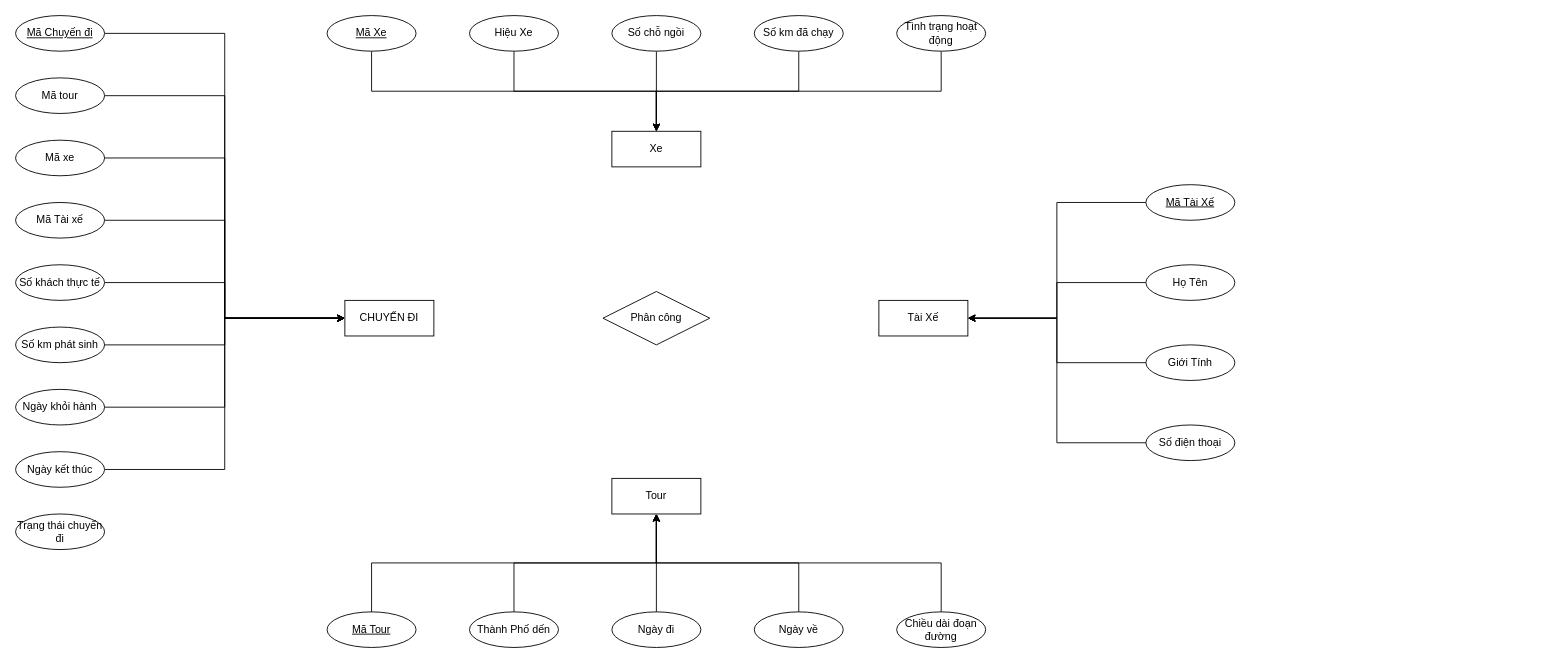
This is DB_HW5_2.drawio from reality8080/DB_Chapter5_HW2, a draw.io file, before an edit. Source tidied: cells renumbered, new cells numbered last; positions are measured from the earlier drawing's top-left corner, leaving out a move shared by most shapes. Both pictures are drawn from the tidied source at 89%, with x=0, y=0 at pixel (15, 15).
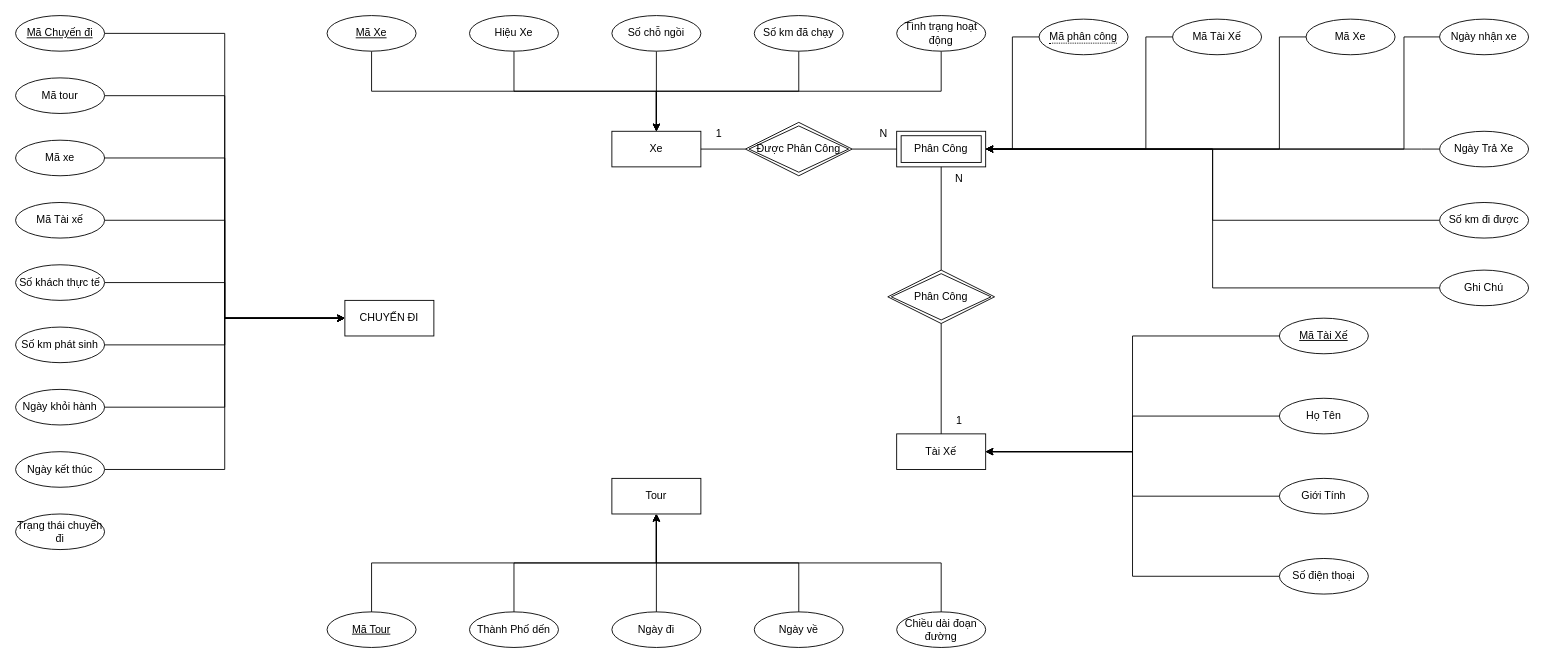
After the change.

Unchanged cells that the change refers to:
```xml
<mxCell id="2" value="Xe" style="whiteSpace=wrap;html=1;align=center;" parent="1" vertex="1">
  <mxGeometry x="670" y="130" width="100" height="40" as="geometry" />
</mxCell>
```

Change to the diagram source:
```diff
@@
     <mxCell id="3" value="Tài Xế" style="whiteSpace=wrap;html=1;align=center;" parent="1" vertex="1">
-      <mxGeometry x="970" y="320" width="100" height="40" as="geometry" />
+      <mxGeometry x="990" y="470" width="100" height="40" as="geometry" />
     </mxCell>
@@
-    <mxCell id="6" value="Phân công" style="shape=rhombus;perimeter=rhombusPerimeter;whiteSpace=wrap;html=1;align=center;" parent="1" vertex="1">
-      <mxGeometry x="660" y="310" width="120" height="60" as="geometry" />
-    </mxCell>
@@
     <mxCell id="18" value="Họ Tên" style="ellipse;whiteSpace=wrap;html=1;align=center;" parent="1" vertex="1">
-      <mxGeometry x="1270" y="280" width="100" height="40" as="geometry" />
+      <mxGeometry x="1420" y="430" width="100" height="40" as="geometry" />
     </mxCell>
@@
     <mxCell id="20" value="Mã Tài Xế" style="ellipse;whiteSpace=wrap;html=1;align=center;fontStyle=4;" parent="1" vertex="1">
-      <mxGeometry x="1270" y="190" width="100" height="40" as="geometry" />
+      <mxGeometry x="1420" y="340" width="100" height="40" as="geometry" />
     </mxCell>
@@
     <mxCell id="22" value="Giới Tính" style="ellipse;whiteSpace=wrap;html=1;align=center;" parent="1" vertex="1">
-      <mxGeometry x="1270" y="370" width="100" height="40" as="geometry" />
+      <mxGeometry x="1420" y="520" width="100" height="40" as="geometry" />
     </mxCell>
@@
     <mxCell id="24" value="Số điện thoại" style="ellipse;whiteSpace=wrap;html=1;align=center;" parent="1" vertex="1">
-      <mxGeometry x="1270" y="460" width="100" height="40" as="geometry" />
+      <mxGeometry x="1420" y="610" width="100" height="40" as="geometry" />
     </mxCell>
@@
+    <mxCell id="52" value="Phân Công" style="shape=ext;margin=3;double=1;whiteSpace=wrap;html=1;align=center;" parent="1" vertex="1">
+      <mxGeometry x="990" y="130" width="100" height="40" as="geometry" />
+    </mxCell>
+    <mxCell id="53" style="edgeStyle=orthogonalEdgeStyle;rounded=0;jettySize=auto;html=1;exitX=0;exitY=0.5;exitDx=0;exitDy=0;entryX=1;entryY=0.5;entryDx=0;entryDy=0;" parent="1" edge="1" source="54" target="52">
+      <mxGeometry relative="1" as="geometry" />
+    </mxCell>
+    <mxCell id="54" value="&lt;span style=&quot;border-bottom: 1px dotted&quot;&gt;Mã phân công&lt;/span&gt;" style="ellipse;whiteSpace=wrap;html=1;align=center;" parent="1" vertex="1">
+      <mxGeometry x="1150" y="4" width="100" height="40" as="geometry" />
+    </mxCell>
+    <mxCell id="55" style="edgeStyle=orthogonalEdgeStyle;rounded=0;jettySize=auto;html=1;exitX=0;exitY=0.5;exitDx=0;exitDy=0;entryX=1;entryY=0.5;entryDx=0;entryDy=0;" parent="1" edge="1" source="56" target="52">
+      <mxGeometry relative="1" as="geometry">
+        <Array as="points">
+          <mxPoint x="1270" y="24" />
+          <mxPoint x="1270" y="150" />
+        </Array>
+      </mxGeometry>
+    </mxCell>
+    <mxCell id="56" value="Mã Tài Xế" style="ellipse;whiteSpace=wrap;html=1;align=center;" parent="1" vertex="1">
+      <mxGeometry x="1300" y="4" width="100" height="40" as="geometry" />
+    </mxCell>
+    <mxCell id="57" style="edgeStyle=orthogonalEdgeStyle;rounded=0;jettySize=auto;html=1;exitX=0;exitY=0.5;exitDx=0;exitDy=0;entryX=1;entryY=0.5;entryDx=0;entryDy=0;" parent="1" edge="1" source="58" target="52">
+      <mxGeometry relative="1" as="geometry">
+        <Array as="points">
+          <mxPoint x="1420" y="24" />
+          <mxPoint x="1420" y="150" />
+        </Array>
+      </mxGeometry>
+    </mxCell>
+    <mxCell id="58" value="Mã Xe" style="ellipse;whiteSpace=wrap;html=1;align=center;" parent="1" vertex="1">
+      <mxGeometry x="1450" y="4" width="100" height="40" as="geometry" />
+    </mxCell>
+    <mxCell id="59" style="edgeStyle=orthogonalEdgeStyle;rounded=0;jettySize=auto;html=1;exitX=0;exitY=0.5;exitDx=0;exitDy=0;entryX=1;entryY=0.5;entryDx=0;entryDy=0;" parent="1" edge="1" source="60" target="52">
+      <mxGeometry relative="1" as="geometry">
+        <Array as="points">
+          <mxPoint x="1560" y="24" />
+          <mxPoint x="1560" y="150" />
+        </Array>
+      </mxGeometry>
+    </mxCell>
+    <mxCell id="60" value="Ngày nhận xe" style="ellipse;whiteSpace=wrap;html=1;align=center;" parent="1" vertex="1">
+      <mxGeometry x="1600" y="4" width="100" height="40" as="geometry" />
+    </mxCell>
+    <mxCell id="61" style="edgeStyle=orthogonalEdgeStyle;rounded=0;jettySize=auto;html=1;exitX=0;exitY=0.5;exitDx=0;exitDy=0;entryX=1;entryY=0.5;entryDx=0;entryDy=0;" parent="1" edge="1" source="62" target="52">
+      <mxGeometry relative="1" as="geometry">
+        <Array as="points">
+          <mxPoint x="1580" y="150" />
+          <mxPoint x="1580" y="150" />
+        </Array>
+      </mxGeometry>
+    </mxCell>
+    <mxCell id="62" value="Ngày Trả Xe" style="ellipse;whiteSpace=wrap;html=1;align=center;" parent="1" vertex="1">
+      <mxGeometry x="1600" y="130" width="100" height="40" as="geometry" />
+    </mxCell>
+    <mxCell id="63" style="edgeStyle=orthogonalEdgeStyle;rounded=0;jettySize=auto;html=1;exitX=0;exitY=0.5;exitDx=0;exitDy=0;entryX=1;entryY=0.5;entryDx=0;entryDy=0;" parent="1" edge="1" source="64" target="52">
+      <mxGeometry relative="1" as="geometry" />
+    </mxCell>
+    <mxCell id="64" value="Số km đi được" style="ellipse;whiteSpace=wrap;html=1;align=center;" parent="1" vertex="1">
+      <mxGeometry x="1600" y="210" width="100" height="40" as="geometry" />
+    </mxCell>
+    <mxCell id="65" style="edgeStyle=orthogonalEdgeStyle;rounded=0;jettySize=auto;html=1;exitX=0;exitY=0.5;exitDx=0;exitDy=0;entryX=1;entryY=0.5;entryDx=0;entryDy=0;" parent="1" edge="1" source="66" target="52">
+      <mxGeometry relative="1" as="geometry" />
+    </mxCell>
+    <mxCell id="66" value="Ghi Chú" style="ellipse;whiteSpace=wrap;html=1;align=center;" parent="1" vertex="1">
+      <mxGeometry x="1600" y="286" width="100" height="40" as="geometry" />
+    </mxCell>
+    <mxCell id="67" value="Được Phân Công" style="shape=rhombus;double=1;perimeter=rhombusPerimeter;whiteSpace=wrap;html=1;align=center;" parent="1" vertex="1">
+      <mxGeometry x="820" y="120" width="120" height="60" as="geometry" />
+    </mxCell>
+    <mxCell id="68" style="endArrow=none;html=1;rounded=0;exitX=1;exitY=0.5;exitDx=0;exitDy=0;entryX=0;entryY=0.5;entryDx=0;entryDy=0;" parent="1" edge="1" source="2" target="67">
+      <mxGeometry relative="1" as="geometry" />
+    </mxCell>
+    <mxCell id="69" value="1" style="text;html=1;align=center;verticalAlign=middle;strokeColor=none;fillColor=none;" parent="1" vertex="1">
+      <mxGeometry x="775" y="118" width="30" height="30" as="geometry" />
+    </mxCell>
+    <mxCell id="70" style="endArrow=none;html=1;rounded=0;exitX=1;exitY=0.5;exitDx=0;exitDy=0;entryX=0;entryY=0.5;entryDx=0;entryDy=0;" parent="1" edge="1" source="67" target="52">
+      <mxGeometry relative="1" as="geometry" />
+    </mxCell>
+    <mxCell id="71" value="N" style="text;html=1;align=center;verticalAlign=middle;strokeColor=none;fillColor=none;" parent="1" vertex="1">
+      <mxGeometry x="960" y="118" width="30" height="30" as="geometry" />
+    </mxCell>
+    <mxCell id="72" value="Phân Công" style="shape=rhombus;double=1;perimeter=rhombusPerimeter;whiteSpace=wrap;html=1;align=center;" parent="1" vertex="1">
+      <mxGeometry x="980" y="286" width="120" height="60" as="geometry" />
+    </mxCell>
+    <mxCell id="73" style="endArrow=none;html=1;rounded=0;exitX=0.5;exitY=1;exitDx=0;exitDy=0;entryX=0.5;entryY=0;entryDx=0;entryDy=0;" parent="1" edge="1" source="52" target="72">
+      <mxGeometry relative="1" as="geometry" />
+    </mxCell>
+    <mxCell id="74" value="N" style="text;html=1;align=center;verticalAlign=middle;strokeColor=none;fillColor=none;" parent="1" vertex="1">
+      <mxGeometry x="1045" y="168" width="30" height="30" as="geometry" />
+    </mxCell>
+    <mxCell id="75" style="endArrow=none;html=1;rounded=0;exitX=0.5;exitY=1;exitDx=0;exitDy=0;entryX=0.5;entryY=0;entryDx=0;entryDy=0;" parent="1" edge="1" source="72" target="3">
+      <mxGeometry relative="1" as="geometry" />
+    </mxCell>
+    <mxCell id="76" value="1" style="text;html=1;align=center;verticalAlign=middle;strokeColor=none;fillColor=none;" parent="1" vertex="1">
+      <mxGeometry x="1045" y="440" width="30" height="30" as="geometry" />
+    </mxCell>
```
